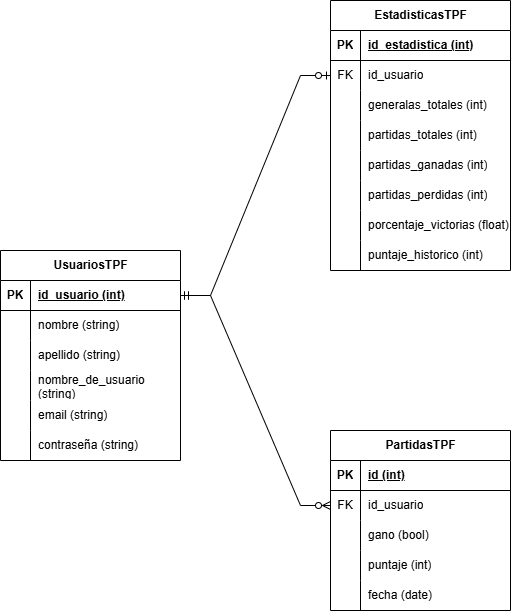
The draw.io diagram docs/DER-TPF.png in PioIX/2026-TPF-G11, before a commit. Source tidied: cells renumbered, new cells last; positions are measured from the earlier drawing's top-left corner, leaving out a move shared by most shapes.
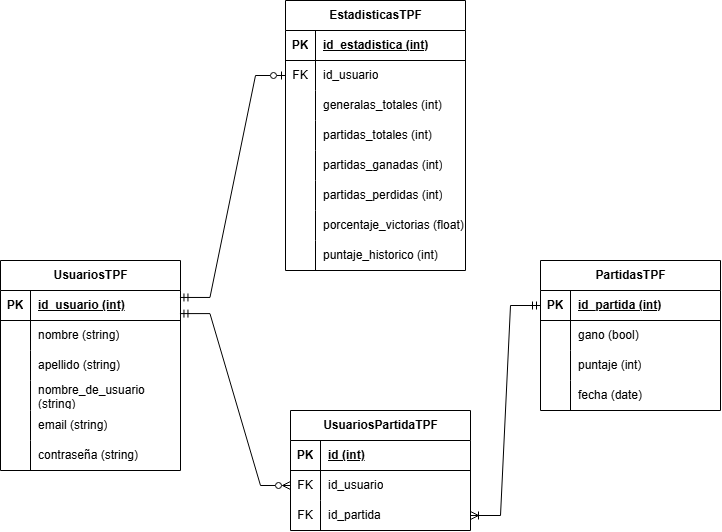
Later version of the same file.

Change to the diagram source:
```diff
@@ -3,7 +3,7 @@
     <mxCell id="0" />
     <mxCell id="1" parent="0" />
     <mxCell id="2" value="PartidasTPF" style="shape=table;startSize=30;rowLines=0;fontStyle=1;align=center;html=1;" parent="1" vertex="1">
-      <mxGeometry x="330" y="430" width="180" height="180" as="geometry" />
+      <mxGeometry x="540" y="250" width="180" height="150" as="geometry" />
     </mxCell>
     <mxCell id="3" style="shape=tableRow;horizontal=0;startSize=0;swimlaneHead=0;swimlaneBody=0;fillColor=none;points=[[0,0.5],[1,0.5]];portConstraint=eastwest;top=0;left=0;right=0;bottom=1;" parent="2" vertex="1">
       <mxGeometry y="30" width="180" height="30" as="geometry" />
@@ -11,20 +11,11 @@
     <mxCell id="4" value="PK" style="shape=partialRectangle;fillColor=none;top=0;left=0;bottom=0;right=0;fontStyle=1;overflow=hidden;whiteSpace=wrap;html=1;" parent="3" vertex="1">
       <mxGeometry width="30" height="30" as="geometry" />
     </mxCell>
-    <mxCell id="5" value="id (int)" style="shape=partialRectangle;fillColor=none;top=0;left=0;bottom=0;right=0;align=left;spacingLeft=6;fontStyle=5;overflow=hidden;whiteSpace=wrap;html=1;" parent="3" vertex="1">
+    <mxCell id="5" value="id_partida (int)" style="shape=partialRectangle;fillColor=none;top=0;left=0;bottom=0;right=0;align=left;spacingLeft=6;fontStyle=5;overflow=hidden;whiteSpace=wrap;html=1;" parent="3" vertex="1">
       <mxGeometry x="30" width="150" height="30" as="geometry" />
     </mxCell>
-    <mxCell id="6" style="shape=tableRow;horizontal=0;startSize=0;swimlaneHead=0;swimlaneBody=0;fillColor=none;points=[[0,0.5],[1,0.5]];portConstraint=eastwest;top=0;left=0;right=0;bottom=0;" parent="2" vertex="1">
-      <mxGeometry y="60" width="180" height="30" as="geometry" />
-    </mxCell>
-    <mxCell id="7" value="FK" style="shape=partialRectangle;fillColor=none;top=0;left=0;bottom=0;right=0;overflow=hidden;whiteSpace=wrap;html=1;" parent="6" vertex="1">
-      <mxGeometry width="30" height="30" as="geometry" />
-    </mxCell>
-    <mxCell id="8" value="id_usuario" style="shape=partialRectangle;fillColor=none;top=0;left=0;bottom=0;right=0;align=left;spacingLeft=6;overflow=hidden;whiteSpace=wrap;html=1;" parent="6" vertex="1">
-      <mxGeometry x="30" width="150" height="30" as="geometry" />
-    </mxCell>
     <mxCell id="9" style="shape=tableRow;horizontal=0;startSize=0;swimlaneHead=0;swimlaneBody=0;fillColor=none;top=0;left=0;right=0;bottom=0;" parent="2" vertex="1">
-      <mxGeometry y="90" width="180" height="30" as="geometry" />
+      <mxGeometry y="60" width="180" height="30" as="geometry" />
     </mxCell>
     <mxCell id="10" style="shape=partialRectangle;fillColor=none;top=0;left=0;bottom=0;right=0;overflow=hidden;whiteSpace=wrap;html=1;" parent="9" vertex="1">
       <mxGeometry width="30" height="30" as="geometry" />
@@ -33,7 +24,7 @@
       <mxGeometry x="30" width="150" height="30" as="geometry" />
     </mxCell>
     <mxCell id="12" style="shape=tableRow;horizontal=0;startSize=0;swimlaneHead=0;swimlaneBody=0;fillColor=none;top=0;left=0;right=0;bottom=0;" parent="2" vertex="1">
-      <mxGeometry y="120" width="180" height="30" as="geometry" />
+      <mxGeometry y="90" width="180" height="30" as="geometry" />
     </mxCell>
     <mxCell id="13" style="shape=partialRectangle;fillColor=none;top=0;left=0;bottom=0;right=0;overflow=hidden;whiteSpace=wrap;html=1;" parent="12" vertex="1">
       <mxGeometry width="30" height="30" as="geometry" />
@@ -42,7 +33,7 @@
       <mxGeometry x="30" width="150" height="30" as="geometry" />
     </mxCell>
     <mxCell id="15" style="shape=tableRow;horizontal=0;startSize=0;swimlaneHead=0;swimlaneBody=0;fillColor=none;top=0;left=0;right=0;bottom=0;" parent="2" vertex="1">
-      <mxGeometry y="150" width="180" height="30" as="geometry" />
+      <mxGeometry y="120" width="180" height="30" as="geometry" />
     </mxCell>
     <mxCell id="16" style="shape=partialRectangle;fillColor=none;top=0;left=0;bottom=0;right=0;overflow=hidden;whiteSpace=wrap;html=1;" parent="15" vertex="1">
       <mxGeometry width="30" height="30" as="geometry" />
@@ -108,7 +99,7 @@
       <mxGeometry x="30" width="150" height="30" as="geometry" />
     </mxCell>
     <mxCell id="37" value="EstadisticasTPF" style="shape=table;startSize=30;rowLines=0;fontStyle=1;align=center;html=1;" parent="1" vertex="1">
-      <mxGeometry x="330" width="180" height="270" as="geometry" />
+      <mxGeometry x="285" y="-10" width="180" height="270" as="geometry" />
     </mxCell>
     <mxCell id="38" style="shape=tableRow;horizontal=0;startSize=0;swimlaneHead=0;swimlaneBody=0;fillColor=none;top=0;left=0;right=0;bottom=1;" parent="37" vertex="1">
       <mxGeometry y="30" width="180" height="30" as="geometry" />
@@ -182,11 +173,44 @@
     <mxCell id="61" value="puntaje_historico (int)" style="shape=partialRectangle;fillColor=none;top=0;left=0;bottom=0;right=0;align=left;spacingLeft=6;overflow=hidden;whiteSpace=wrap;html=1;" parent="59" vertex="1">
       <mxGeometry x="30" width="150" height="30" as="geometry" />
     </mxCell>
-    <mxCell id="62" style="edgeStyle=entityRelationEdgeStyle;fontSize=12;html=1;endArrow=ERzeroToOne;endFill=0;rounded=0;exitX=1;exitY=0.5;exitDx=0;exitDy=0;entryX=0;entryY=0.5;entryDx=0;entryDy=0;startArrow=ERmandOne;startFill=0;" parent="1" edge="1" source="19" target="41">
+    <mxCell id="62" style="edgeStyle=entityRelationEdgeStyle;fontSize=12;html=1;endArrow=ERzeroToOne;endFill=0;rounded=0;exitX=0.997;exitY=0.232;exitDx=0;exitDy=0;entryX=0;entryY=0.5;entryDx=0;entryDy=0;startArrow=ERmandOne;startFill=0;exitPerimeter=0;" parent="1" edge="1" source="19" target="41">
       <mxGeometry relative="1" as="geometry" />
     </mxCell>
-    <mxCell id="63" style="edgeStyle=entityRelationEdgeStyle;fontSize=12;html=1;endArrow=ERzeroToMany;endFill=0;rounded=0;exitX=1;exitY=0.5;exitDx=0;exitDy=0;entryX=0;entryY=0.5;entryDx=0;entryDy=0;startArrow=ERmandOne;startFill=0;" parent="1" edge="1" source="19" target="6">
-      <mxGeometry x="-0.01" relative="1" as="geometry" />
+    <mxCell id="63" style="edgeStyle=entityRelationEdgeStyle;fontSize=12;html=1;endArrow=ERmandOne;endFill=0;rounded=0;exitX=1;exitY=0.5;exitDx=0;exitDy=0;entryX=0;entryY=0.5;entryDx=0;entryDy=0;startArrow=ERoneToMany;startFill=0;" parent="1" edge="1" source="69" target="3">
+      <mxGeometry relative="1" as="geometry" />
     </mxCell>
+    <mxCell id="64" value="UsuariosPartidaTPF" style="shape=table;startSize=30;rowLines=0;fontStyle=1;align=center;html=1;" parent="1" vertex="1">
+      <mxGeometry x="290" y="400" width="180" height="120" as="geometry" />
+    </mxCell>
+    <mxCell id="65" style="shape=tableRow;horizontal=0;startSize=0;swimlaneHead=0;swimlaneBody=0;fillColor=none;top=0;left=0;right=0;bottom=1;" parent="64" vertex="1">
+      <mxGeometry y="30" width="180" height="30" as="geometry" />
+    </mxCell>
+    <mxCell id="66" value="PK" style="shape=partialRectangle;fillColor=none;top=0;left=0;bottom=0;right=0;fontStyle=1;overflow=hidden;whiteSpace=wrap;html=1;" parent="65" vertex="1">
+      <mxGeometry width="30" height="30" as="geometry" />
+    </mxCell>
+    <mxCell id="67" value="id (int)" style="shape=partialRectangle;fillColor=none;top=0;left=0;bottom=0;right=0;align=left;spacingLeft=6;fontStyle=5;overflow=hidden;whiteSpace=wrap;html=1;" parent="65" vertex="1">
+      <mxGeometry x="30" width="150" height="30" as="geometry" />
+    </mxCell>
+    <mxCell id="6" style="shape=tableRow;horizontal=0;startSize=0;swimlaneHead=0;swimlaneBody=0;fillColor=none;points=[[0,0.5],[1,0.5]];portConstraint=eastwest;top=0;left=0;right=0;bottom=0;" parent="64" vertex="1">
+      <mxGeometry y="60" width="180" height="30" as="geometry" />
+    </mxCell>
+    <mxCell id="68" value="FK" style="shape=partialRectangle;fillColor=none;top=0;left=0;bottom=0;right=0;overflow=hidden;whiteSpace=wrap;html=1;" parent="6" vertex="1">
+      <mxGeometry width="30" height="30" as="geometry" />
+    </mxCell>
+    <mxCell id="8" value="id_usuario" style="shape=partialRectangle;fillColor=none;top=0;left=0;bottom=0;right=0;align=left;spacingLeft=6;overflow=hidden;whiteSpace=wrap;html=1;" parent="6" vertex="1">
+      <mxGeometry x="30" width="150" height="30" as="geometry" />
+    </mxCell>
+    <mxCell id="69" style="shape=tableRow;horizontal=0;startSize=0;swimlaneHead=0;swimlaneBody=0;fillColor=none;points=[[0,0.5],[1,0.5]];portConstraint=eastwest;top=0;left=0;right=0;bottom=0;" parent="64" vertex="1">
+      <mxGeometry y="90" width="180" height="30" as="geometry" />
+    </mxCell>
+    <mxCell id="70" value="FK" style="shape=partialRectangle;fillColor=none;top=0;left=0;bottom=0;right=0;overflow=hidden;whiteSpace=wrap;html=1;" parent="69" vertex="1">
+      <mxGeometry width="30" height="30" as="geometry" />
+    </mxCell>
+    <mxCell id="71" value="id_partida" style="shape=partialRectangle;fillColor=none;top=0;left=0;bottom=0;right=0;align=left;spacingLeft=6;overflow=hidden;whiteSpace=wrap;html=1;" parent="69" vertex="1">
+      <mxGeometry x="30" width="150" height="30" as="geometry" />
+    </mxCell>
+    <mxCell id="72" style="edgeStyle=entityRelationEdgeStyle;fontSize=12;html=1;endArrow=ERzeroToMany;endFill=0;rounded=0;exitX=0.997;exitY=0.77;exitDx=0;exitDy=0;entryX=0;entryY=0.5;entryDx=0;entryDy=0;startArrow=ERmandOne;startFill=0;exitPerimeter=0;" parent="1" edge="1" source="19" target="6">
+      <mxGeometry x="-0.01" relative="1" as="geometry" />
+    </mxCell>
   </root>
 </mxGraphModel>
```
